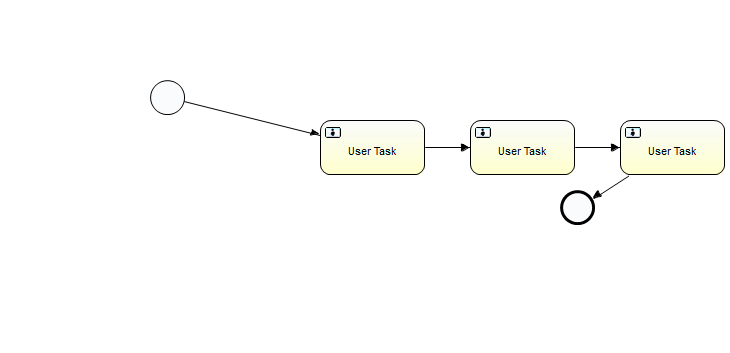
Before: src/main/resources/diagrams/HelloWorld.png, a diagram exported from BPMN (fdtomn/app-workflow). Its source is kept beside it as src/main/resources/diagrams/HelloWorld.bpmn. Ids are renumbered. Its diagram source:
```xml
<definitions xmlns="http://www.omg.org/spec/BPMN/20100524/MODEL" xmlns:xsi="http://www.w3.org/2001/XMLSchema-instance" xmlns:xsd="http://www.w3.org/2001/XMLSchema" xmlns:activiti="http://activiti.org/bpmn" xmlns:bpmndi="http://www.omg.org/spec/BPMN/20100524/DI" xmlns:omgdc="http://www.omg.org/spec/DD/20100524/DC" xmlns:omgdi="http://www.omg.org/spec/DD/20100524/DI" typeLanguage="http://www.w3.org/2001/XMLSchema" expressionLanguage="http://www.w3.org/1999/XPath" targetNamespace="http://www.activiti.org/test">
  <process id="myProcess" name="My process" isExecutable="true">
    <startEvent id="startevent1" name="Start"></startEvent>
    <userTask id="usertask1" name="User Task"></userTask>
    <sequenceFlow id="flow1" sourceRef="startevent1" targetRef="usertask1"></sequenceFlow>
    <endEvent id="endevent1" name="End"></endEvent>
    <userTask id="usertask2" name="User Task"></userTask>
    <sequenceFlow id="flow2" sourceRef="usertask1" targetRef="usertask2"></sequenceFlow>
    <userTask id="usertask3" name="User Task"></userTask>
    <sequenceFlow id="flow3" sourceRef="usertask2" targetRef="usertask3"></sequenceFlow>
    <sequenceFlow id="flow4" sourceRef="usertask3" targetRef="endevent1"></sequenceFlow>
  </process>
  <bpmndi:BPMNDiagram id="BPMNDiagram_myProcess">
    <bpmndi:BPMNPlane bpmnElement="myProcess" id="BPMNPlane_myProcess">
      <bpmndi:BPMNShape bpmnElement="startevent1" id="BPMNShape_startevent1">
        <omgdc:Bounds height="35.0" width="35.0" x="150.0" y="80.0"></omgdc:Bounds>
      </bpmndi:BPMNShape>
      <bpmndi:BPMNShape bpmnElement="usertask1" id="BPMNShape_usertask1">
        <omgdc:Bounds height="55.0" width="105.0" x="320.0" y="120.0"></omgdc:Bounds>
      </bpmndi:BPMNShape>
      <bpmndi:BPMNShape bpmnElement="endevent1" id="BPMNShape_endevent1">
        <omgdc:Bounds height="35.0" width="35.0" x="560.0" y="190.0"></omgdc:Bounds>
      </bpmndi:BPMNShape>
      <bpmndi:BPMNShape bpmnElement="usertask2" id="BPMNShape_usertask2">
        <omgdc:Bounds height="55.0" width="105.0" x="470.0" y="120.0"></omgdc:Bounds>
      </bpmndi:BPMNShape>
      <bpmndi:BPMNShape bpmnElement="usertask3" id="BPMNShape_usertask3">
        <omgdc:Bounds height="55.0" width="105.0" x="620.0" y="120.0"></omgdc:Bounds>
      </bpmndi:BPMNShape>
      <bpmndi:BPMNEdge bpmnElement="flow1" id="BPMNEdge_flow1">
        <omgdi:waypoint x="185.0" y="97.0"></omgdi:waypoint>
        <omgdi:waypoint x="372.0" y="120.0"></omgdi:waypoint>
      </bpmndi:BPMNEdge>
      <bpmndi:BPMNEdge bpmnElement="flow2" id="BPMNEdge_flow2">
        <omgdi:waypoint x="425.0" y="147.0"></omgdi:waypoint>
        <omgdi:waypoint x="470.0" y="147.0"></omgdi:waypoint>
      </bpmndi:BPMNEdge>
      <bpmndi:BPMNEdge bpmnElement="flow3" id="BPMNEdge_flow3">
        <omgdi:waypoint x="575.0" y="147.0"></omgdi:waypoint>
        <omgdi:waypoint x="620.0" y="147.0"></omgdi:waypoint>
      </bpmndi:BPMNEdge>
      <bpmndi:BPMNEdge bpmnElement="flow4" id="BPMNEdge_flow4">
        <omgdi:waypoint x="672.0" y="175.0"></omgdi:waypoint>
        <omgdi:waypoint x="577.0" y="190.0"></omgdi:waypoint>
      </bpmndi:BPMNEdge>
    </bpmndi:BPMNPlane>
  </bpmndi:BPMNDiagram>
</definitions>
```
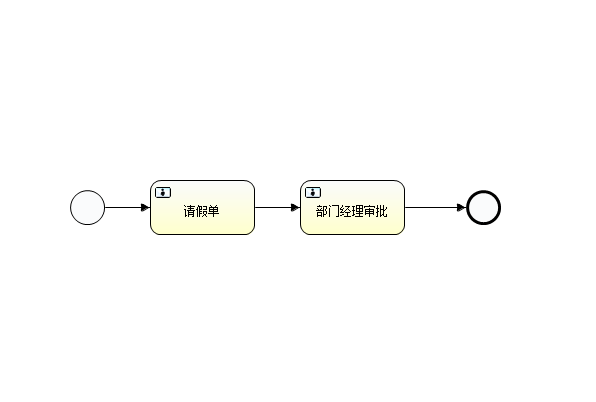
After the commit.

Diff of the diagram source:
```diff
@@ -1,47 +1,38 @@
 <definitions xmlns="http://www.omg.org/spec/BPMN/20100524/MODEL" xmlns:xsi="http://www.w3.org/2001/XMLSchema-instance" xmlns:xsd="http://www.w3.org/2001/XMLSchema" xmlns:activiti="http://activiti.org/bpmn" xmlns:bpmndi="http://www.omg.org/spec/BPMN/20100524/DI" xmlns:omgdc="http://www.omg.org/spec/DD/20100524/DC" xmlns:omgdi="http://www.omg.org/spec/DD/20100524/DI" typeLanguage="http://www.w3.org/2001/XMLSchema" expressionLanguage="http://www.w3.org/1999/XPath" targetNamespace="http://www.activiti.org/test">
   <process id="myProcess" name="My process" isExecutable="true">
     <startEvent id="startevent1" name="Start"></startEvent>
-    <userTask id="usertask1" name="User Task"></userTask>
+    <userTask id="usertask1" name="请假单"></userTask>
     <sequenceFlow id="flow1" sourceRef="startevent1" targetRef="usertask1"></sequenceFlow>
+    <userTask id="usertask2" name="部门经理审批"></userTask>
+    <sequenceFlow id="flow2" sourceRef="usertask1" targetRef="usertask2"></sequenceFlow>
     <endEvent id="endevent1" name="End"></endEvent>
-    <userTask id="usertask2" name="User Task"></userTask>
-    <sequenceFlow id="flow2" sourceRef="usertask1" targetRef="usertask2"></sequenceFlow>
-    <userTask id="usertask3" name="User Task"></userTask>
-    <sequenceFlow id="flow3" sourceRef="usertask2" targetRef="usertask3"></sequenceFlow>
-    <sequenceFlow id="flow4" sourceRef="usertask3" targetRef="endevent1"></sequenceFlow>
+    <sequenceFlow id="flow3" sourceRef="usertask2" targetRef="endevent1"></sequenceFlow>
   </process>
   <bpmndi:BPMNDiagram id="BPMNDiagram_myProcess">
     <bpmndi:BPMNPlane bpmnElement="myProcess" id="BPMNPlane_myProcess">
       <bpmndi:BPMNShape bpmnElement="startevent1" id="BPMNShape_startevent1">
-        <omgdc:Bounds height="35.0" width="35.0" x="150.0" y="80.0"></omgdc:Bounds>
+        <omgdc:Bounds height="35.0" width="35.0" x="70.0" y="190.0"></omgdc:Bounds>
       </bpmndi:BPMNShape>
       <bpmndi:BPMNShape bpmnElement="usertask1" id="BPMNShape_usertask1">
-        <omgdc:Bounds height="55.0" width="105.0" x="320.0" y="120.0"></omgdc:Bounds>
+        <omgdc:Bounds height="55.0" width="105.0" x="150.0" y="180.0"></omgdc:Bounds>
+      </bpmndi:BPMNShape>
+      <bpmndi:BPMNShape bpmnElement="usertask2" id="BPMNShape_usertask2">
+        <omgdc:Bounds height="55.0" width="105.0" x="300.0" y="180.0"></omgdc:Bounds>
       </bpmndi:BPMNShape>
       <bpmndi:BPMNShape bpmnElement="endevent1" id="BPMNShape_endevent1">
-        <omgdc:Bounds height="35.0" width="35.0" x="560.0" y="190.0"></omgdc:Bounds>
-      </bpmndi:BPMNShape>
-      <bpmndi:BPMNShape bpmnElement="usertask2" id="BPMNShape_usertask2">
-        <omgdc:Bounds height="55.0" width="105.0" x="470.0" y="120.0"></omgdc:Bounds>
-      </bpmndi:BPMNShape>
-      <bpmndi:BPMNShape bpmnElement="usertask3" id="BPMNShape_usertask3">
-        <omgdc:Bounds height="55.0" width="105.0" x="620.0" y="120.0"></omgdc:Bounds>
+        <omgdc:Bounds height="35.0" width="35.0" x="466.0" y="190.0"></omgdc:Bounds>
       </bpmndi:BPMNShape>
       <bpmndi:BPMNEdge bpmnElement="flow1" id="BPMNEdge_flow1">
-        <omgdi:waypoint x="185.0" y="97.0"></omgdi:waypoint>
-        <omgdi:waypoint x="372.0" y="120.0"></omgdi:waypoint>
+        <omgdi:waypoint x="105.0" y="207.0"></omgdi:waypoint>
+        <omgdi:waypoint x="150.0" y="207.0"></omgdi:waypoint>
       </bpmndi:BPMNEdge>
       <bpmndi:BPMNEdge bpmnElement="flow2" id="BPMNEdge_flow2">
-        <omgdi:waypoint x="425.0" y="147.0"></omgdi:waypoint>
-        <omgdi:waypoint x="470.0" y="147.0"></omgdi:waypoint>
+        <omgdi:waypoint x="255.0" y="207.0"></omgdi:waypoint>
+        <omgdi:waypoint x="300.0" y="207.0"></omgdi:waypoint>
       </bpmndi:BPMNEdge>
       <bpmndi:BPMNEdge bpmnElement="flow3" id="BPMNEdge_flow3">
-        <omgdi:waypoint x="575.0" y="147.0"></omgdi:waypoint>
-        <omgdi:waypoint x="620.0" y="147.0"></omgdi:waypoint>
-      </bpmndi:BPMNEdge>
-      <bpmndi:BPMNEdge bpmnElement="flow4" id="BPMNEdge_flow4">
-        <omgdi:waypoint x="672.0" y="175.0"></omgdi:waypoint>
-        <omgdi:waypoint x="577.0" y="190.0"></omgdi:waypoint>
+        <omgdi:waypoint x="405.0" y="207.0"></omgdi:waypoint>
+        <omgdi:waypoint x="466.0" y="207.0"></omgdi:waypoint>
       </bpmndi:BPMNEdge>
     </bpmndi:BPMNPlane>
   </bpmndi:BPMNDiagram>
```
